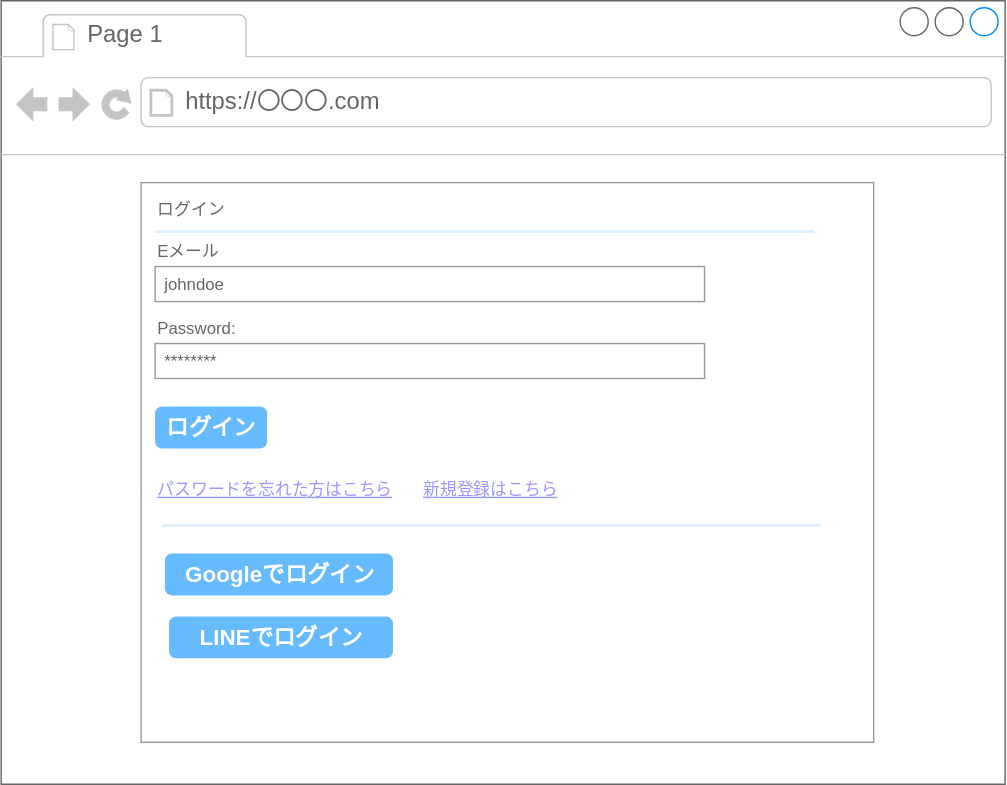
The draw.io diagram docs/認証不要/ログイン/ui.drawio.svg in kazuya-wata-nabe/vue-dashboard, before a commit. Source tidied: cells renumbered, new cells last; positions are measured from the earlier drawing's top-left corner, leaving out a move shared by most shapes.
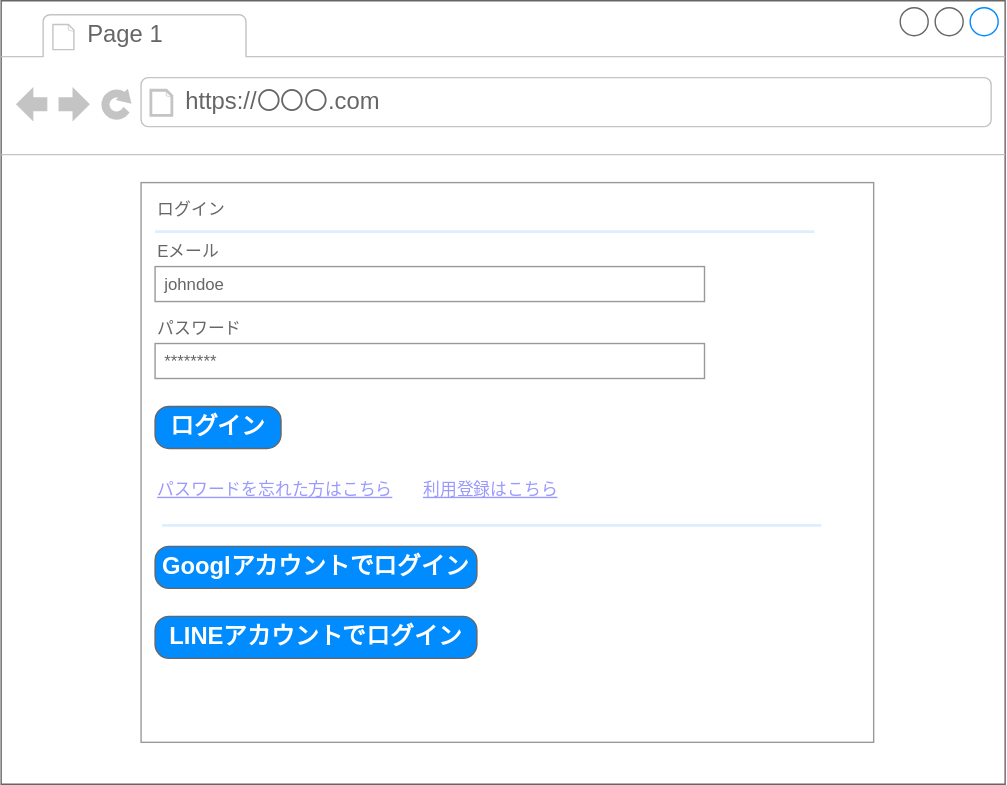
After the change.

Change to the diagram source:
```diff
@@ -34,7 +34,7 @@
         <mxPoint x="10" y="60" as="offset" />
       </mxGeometry>
     </mxCell>
-    <mxCell id="10" value="Password:" style="strokeWidth=1;shadow=0;dashed=0;align=center;html=1;shape=mxgraph.mockup.forms.anchor;fontSize=12;fontColor=#666666;align=left;spacingLeft=0;" parent="5" vertex="1">
+    <mxCell id="10" value="パスワード" style="strokeWidth=1;shadow=0;dashed=0;align=center;html=1;shape=mxgraph.mockup.forms.anchor;fontSize=12;fontColor=#666666;align=left;spacingLeft=0;" parent="5" vertex="1">
       <mxGeometry width="261.76" height="20" relative="1" as="geometry">
         <mxPoint x="10" y="95" as="offset" />
       </mxGeometry>
@@ -44,11 +44,6 @@
         <mxPoint x="10" y="115" as="offset" />
       </mxGeometry>
     </mxCell>
-    <mxCell id="12" value="ログイン" style="strokeWidth=1;shadow=0;dashed=0;align=center;html=1;shape=mxgraph.mockup.forms.rrect;rSize=5;strokeColor=none;fontColor=#ffffff;fillColor=#66bbff;fontSize=16;fontStyle=1;" parent="5" vertex="1">
-      <mxGeometry y="1" width="80" height="30" relative="1" as="geometry">
-        <mxPoint x="10" y="-240" as="offset" />
-      </mxGeometry>
-    </mxCell>
     <mxCell id="13" value="パスワードを忘れた方はこちら" style="strokeWidth=1;shadow=0;dashed=0;align=center;html=1;shape=mxgraph.mockup.forms.anchor;fontSize=12;fontColor=#9999ff;align=left;spacingLeft=0;fontStyle=4;" parent="5" vertex="1">
       <mxGeometry y="1" width="392.65" height="20" relative="1" as="geometry">
         <mxPoint x="10" y="-190" as="offset" />
@@ -59,17 +54,20 @@
         <mxPoint x="15" y="-160" as="offset" />
       </mxGeometry>
     </mxCell>
-    <mxCell id="15" value="&lt;span style=&quot;color: rgb(153, 153, 255); text-decoration-line: underline;&quot;&gt;新規登録はこちら&lt;/span&gt;" style="strokeWidth=1;shadow=0;dashed=0;align=center;html=1;shape=mxgraph.mockup.forms.anchor;fontSize=12;fontColor=#666666;align=left;spacingLeft=0;" parent="5" vertex="1">
+    <mxCell id="15" value="&lt;span style=&quot;color: rgb(153, 153, 255); text-decoration-line: underline;&quot;&gt;利用登録はこちら&lt;/span&gt;" style="strokeWidth=1;shadow=0;dashed=0;align=center;html=1;shape=mxgraph.mockup.forms.anchor;fontSize=12;fontColor=#666666;align=left;spacingLeft=0;" parent="5" vertex="1">
       <mxGeometry y="1" width="392.65" height="20" relative="1" as="geometry">
         <mxPoint x="200" y="-190" as="offset" />
       </mxGeometry>
     </mxCell>
-    <mxCell id="16" value="Googleでログイン" style="strokeWidth=1;shadow=0;dashed=0;align=center;html=1;shape=mxgraph.mockup.forms.rrect;rSize=5;strokeColor=none;fontColor=#ffffff;fillColor=#66bbff;fontSize=16;fontStyle=1;" parent="5" vertex="1">
-      <mxGeometry x="17" y="265" width="163" height="30" as="geometry" />
-    </mxCell>
-    <mxCell id="17" value="LINEでログイン" style="strokeWidth=1;shadow=0;dashed=0;align=center;html=1;shape=mxgraph.mockup.forms.rrect;rSize=5;strokeColor=none;fontColor=#ffffff;fillColor=#66bbff;fontSize=16;fontStyle=1;" parent="5" vertex="1">
-      <mxGeometry x="20" y="310" width="160" height="30" as="geometry" />
-    </mxCell>
+    <mxCell id="12" value="ログイン" style="strokeWidth=1;shadow=0;dashed=0;align=center;html=1;shape=mxgraph.mockup.buttons.button;strokeColor=#666666;fontColor=#ffffff;mainText=;buttonStyle=round;fontSize=17;fontStyle=1;fillColor=#008cff;whiteSpace=wrap;" parent="5" vertex="1">
+      <mxGeometry x="10" y="160" width="90" height="30" as="geometry" />
+    </mxCell>
+    <mxCell id="19" value="Googlアカウントでログイン" style="strokeWidth=1;shadow=0;dashed=0;align=center;html=1;shape=mxgraph.mockup.buttons.button;strokeColor=#666666;fontColor=#ffffff;mainText=;buttonStyle=round;fontSize=17;fontStyle=1;fillColor=#008cff;whiteSpace=wrap;" parent="5" vertex="1">
+      <mxGeometry x="10" y="260" width="230" height="30" as="geometry" />
+    </mxCell>
+    <mxCell id="20" value="LINEアカウントでログイン" style="strokeWidth=1;shadow=0;dashed=0;align=center;html=1;shape=mxgraph.mockup.buttons.button;strokeColor=#666666;fontColor=#ffffff;mainText=;buttonStyle=round;fontSize=17;fontStyle=1;fillColor=#008cff;whiteSpace=wrap;" parent="5" vertex="1">
+      <mxGeometry x="10" y="310" width="230" height="30" as="geometry" />
+    </mxCell>
     <mxCell id="18" value="Main" parent="0" />
   </root>
 </mxGraphModel>
```
